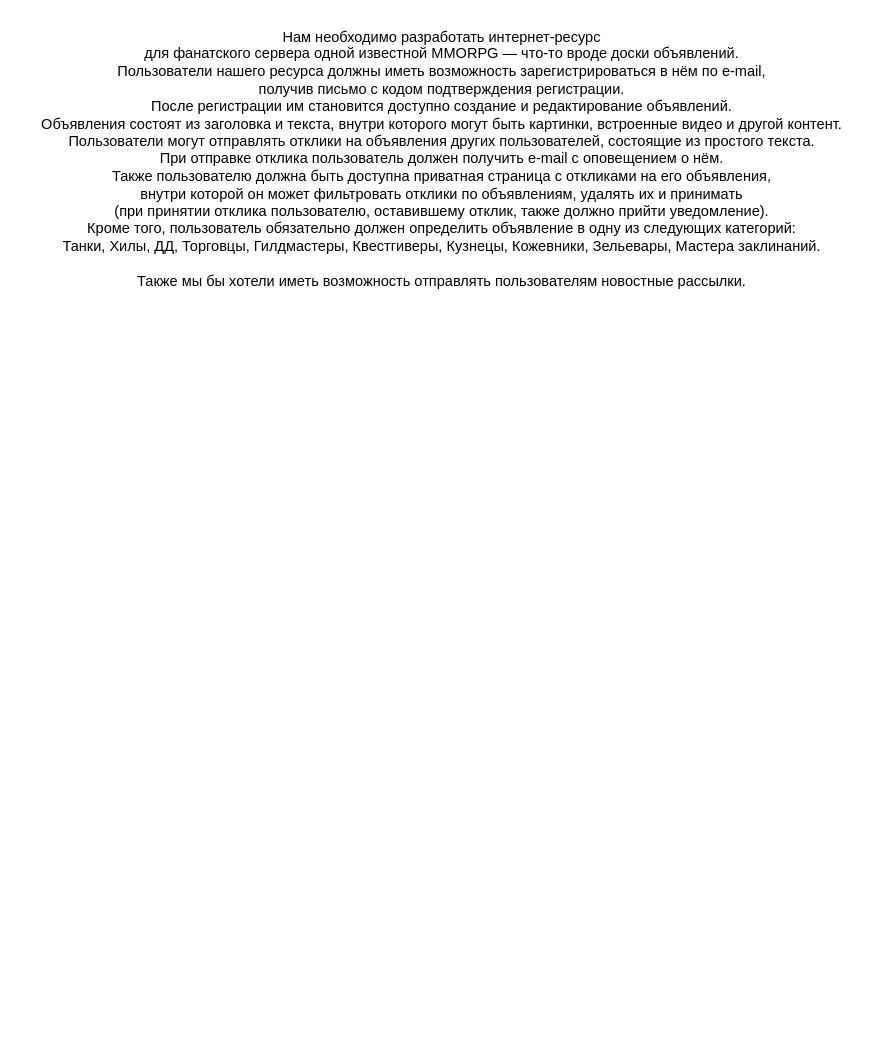
Earlier version of the draw.io diagram D16/D16.drawio (TanechkinTank/Skillfactory). Source tidied: cells renumbered, new cells numbered last; positions are measured from the earlier drawing's top-left corner, leaving out a move shared by most shapes. Both pictures are drawn from the tidied source at 104%, with x=0, y=0 at pixel (30, 18).
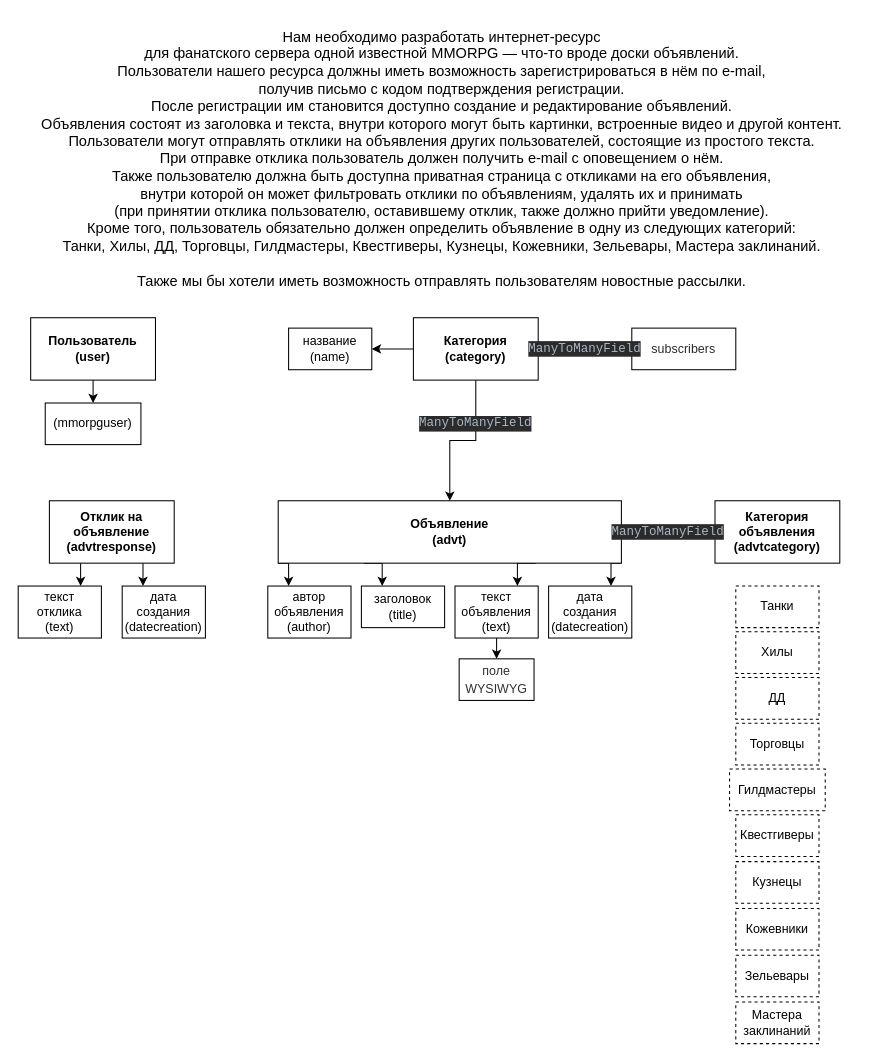
The same diagram, later.

What changed in the source:
```diff
@@
+    <mxCell id="3" style="edgeStyle=orthogonalEdgeStyle;rounded=0;jettySize=auto;html=1;exitX=0.5;exitY=1;exitDx=0;exitDy=0;entryX=0.5;entryY=0;entryDx=0;entryDy=0;" parent="1" edge="1" source="4" target="33">
+      <mxGeometry relative="1" as="geometry" />
+    </mxCell>
+    <mxCell id="4" value="&lt;b&gt;Пользователь&lt;br&gt;(user)&lt;br&gt;&lt;/b&gt;" style="rounded=0;whiteSpace=wrap;html=1;" parent="1" vertex="1">
+      <mxGeometry y="288" width="120" height="60" as="geometry" />
+    </mxCell>
+    <mxCell id="5" style="edgeStyle=orthogonalEdgeStyle;rounded=0;jettySize=auto;html=1;exitX=0;exitY=1;exitDx=0;exitDy=0;entryX=0.25;entryY=0;entryDx=0;entryDy=0;" parent="1" edge="1" source="9" target="26">
+      <mxGeometry relative="1" as="geometry" />
+    </mxCell>
+    <mxCell id="6" style="edgeStyle=orthogonalEdgeStyle;rounded=0;jettySize=auto;html=1;exitX=0.25;exitY=1;exitDx=0;exitDy=0;entryX=0.25;entryY=0;entryDx=0;entryDy=0;" parent="1" edge="1" source="9" target="22">
+      <mxGeometry relative="1" as="geometry" />
+    </mxCell>
+    <mxCell id="7" style="edgeStyle=orthogonalEdgeStyle;rounded=0;jettySize=auto;html=1;exitX=0.75;exitY=1;exitDx=0;exitDy=0;entryX=0.75;entryY=0;entryDx=0;entryDy=0;" parent="1" edge="1" source="9" target="24">
+      <mxGeometry relative="1" as="geometry" />
+    </mxCell>
+    <mxCell id="8" style="edgeStyle=orthogonalEdgeStyle;rounded=0;jettySize=auto;html=1;exitX=1;exitY=1;exitDx=0;exitDy=0;entryX=0.75;entryY=0;entryDx=0;entryDy=0;" parent="1" edge="1" source="9" target="30">
+      <mxGeometry relative="1" as="geometry" />
+    </mxCell>
+    <mxCell id="9" value="&lt;b&gt;Объявление&lt;br&gt;(advt&lt;/b&gt;&lt;b style=&quot;background-color: initial;&quot;&gt;)&lt;/b&gt;" style="rounded=0;whiteSpace=wrap;html=1;" parent="1" vertex="1">
+      <mxGeometry x="238" y="464" width="330" height="60" as="geometry" />
+    </mxCell>
+    <mxCell id="10" value="&lt;span style=&quot;line-height: 1.4em; color: rgb(49, 49, 49); text-align: left; background-color: rgb(255, 255, 255);&quot;&gt;поле &lt;br&gt;WYSIWYG&lt;/span&gt;" style="rounded=0;whiteSpace=wrap;html=1;" parent="1" vertex="1">
+      <mxGeometry x="412" y="616" width="72" height="40" as="geometry" />
+    </mxCell>
+    <mxCell id="11" value="&lt;b&gt;Категория&lt;br&gt;объявления&lt;br&gt;&lt;/b&gt;&lt;b style=&quot;border-color: var(--border-color);&quot;&gt;(advtcategory&lt;b style=&quot;background-color: initial; border-color: var(--border-color);&quot;&gt;)&lt;/b&gt;&lt;br&gt;&lt;/b&gt;" style="rounded=0;whiteSpace=wrap;html=1;" parent="1" vertex="1">
+      <mxGeometry x="658" y="464" width="120" height="60" as="geometry" />
+    </mxCell>
+    <mxCell id="12" value="Танки" style="rounded=0;whiteSpace=wrap;html=1;dashed=1;" parent="1" vertex="1">
+      <mxGeometry x="678" y="546" width="80" height="40" as="geometry" />
+    </mxCell>
+    <mxCell id="13" value="Хилы" style="rounded=0;whiteSpace=wrap;html=1;dashed=1;" parent="1" vertex="1">
+      <mxGeometry x="678" y="590" width="80" height="40" as="geometry" />
+    </mxCell>
+    <mxCell id="14" value="ДД" style="rounded=0;whiteSpace=wrap;html=1;dashed=1;" parent="1" vertex="1">
+      <mxGeometry x="678" y="634" width="80" height="40" as="geometry" />
+    </mxCell>
+    <mxCell id="15" value="Торговцы" style="rounded=0;whiteSpace=wrap;html=1;dashed=1;" parent="1" vertex="1">
+      <mxGeometry x="678" y="678" width="80" height="40" as="geometry" />
+    </mxCell>
+    <mxCell id="16" value="Гилдмастеры" style="rounded=0;whiteSpace=wrap;html=1;dashed=1;" parent="1" vertex="1">
+      <mxGeometry x="672" y="722" width="92" height="40" as="geometry" />
+    </mxCell>
+    <mxCell id="17" value="Квестгиверы" style="rounded=0;whiteSpace=wrap;html=1;dashed=1;" parent="1" vertex="1">
+      <mxGeometry x="678" y="766" width="80" height="40" as="geometry" />
+    </mxCell>
+    <mxCell id="18" value="Кузнецы" style="rounded=0;whiteSpace=wrap;html=1;dashed=1;" parent="1" vertex="1">
+      <mxGeometry x="678" y="811" width="80" height="40" as="geometry" />
+    </mxCell>
+    <mxCell id="19" value="Кожевники" style="rounded=0;whiteSpace=wrap;html=1;dashed=1;" parent="1" vertex="1">
+      <mxGeometry x="678" y="856" width="80" height="40" as="geometry" />
+    </mxCell>
+    <mxCell id="20" value="Зельевары" style="rounded=0;whiteSpace=wrap;html=1;dashed=1;" parent="1" vertex="1">
+      <mxGeometry x="678" y="901" width="80" height="40" as="geometry" />
+    </mxCell>
+    <mxCell id="21" value="Мастера заклинаний" style="rounded=0;whiteSpace=wrap;html=1;dashed=1;" parent="1" vertex="1">
+      <mxGeometry x="678" y="946" width="80" height="40" as="geometry" />
+    </mxCell>
+    <mxCell id="22" value="заголовок&lt;br&gt;(title)" style="rounded=0;whiteSpace=wrap;html=1;" parent="1" vertex="1">
+      <mxGeometry x="318" y="546" width="80" height="40" as="geometry" />
+    </mxCell>
+    <mxCell id="23" style="edgeStyle=orthogonalEdgeStyle;rounded=0;jettySize=auto;html=1;exitX=0.5;exitY=1;exitDx=0;exitDy=0;entryX=0.5;entryY=0;entryDx=0;entryDy=0;" parent="1" edge="1" source="24" target="10">
+      <mxGeometry relative="1" as="geometry" />
+    </mxCell>
+    <mxCell id="24" value="текст объявления&lt;br&gt;(text)" style="rounded=0;whiteSpace=wrap;html=1;" parent="1" vertex="1">
+      <mxGeometry x="408" y="546" width="80" height="50" as="geometry" />
+    </mxCell>
+    <mxCell id="25" value="название&lt;br&gt;(name)" style="rounded=0;whiteSpace=wrap;html=1;" parent="1" vertex="1">
+      <mxGeometry x="248" y="298" width="80" height="40" as="geometry" />
+    </mxCell>
+    <mxCell id="26" value="автор объявления&lt;br&gt;(author&lt;span style=&quot;background-color: initial;&quot;&gt;)&lt;/span&gt;" style="rounded=0;whiteSpace=wrap;html=1;" parent="1" vertex="1">
+      <mxGeometry x="228" y="546" width="80" height="50" as="geometry" />
+    </mxCell>
+    <mxCell id="27" style="edgeStyle=orthogonalEdgeStyle;rounded=0;jettySize=auto;html=1;exitX=0.25;exitY=1;exitDx=0;exitDy=0;entryX=0.75;entryY=0;entryDx=0;entryDy=0;" parent="1" edge="1" source="29" target="32">
+      <mxGeometry relative="1" as="geometry" />
+    </mxCell>
+    <mxCell id="28" style="edgeStyle=orthogonalEdgeStyle;rounded=0;jettySize=auto;html=1;exitX=0.75;exitY=1;exitDx=0;exitDy=0;entryX=0.25;entryY=0;entryDx=0;entryDy=0;" parent="1" edge="1" source="29" target="31">
+      <mxGeometry relative="1" as="geometry" />
+    </mxCell>
+    <mxCell id="29" value="&lt;b&gt;Отклик на объявление&lt;br&gt;(&lt;/b&gt;&lt;b style=&quot;border-color: var(--border-color);&quot;&gt;advtresponse&lt;/b&gt;&lt;b style=&quot;background-color: initial;&quot;&gt;)&lt;/b&gt;" style="rounded=0;whiteSpace=wrap;html=1;" parent="1" vertex="1">
+      <mxGeometry x="18" y="464" width="120" height="60" as="geometry" />
+    </mxCell>
+    <mxCell id="30" value="дата создания&lt;br&gt;(dateсreation&lt;span style=&quot;background-color: initial;&quot;&gt;)&lt;/span&gt;" style="rounded=0;whiteSpace=wrap;html=1;" parent="1" vertex="1">
+      <mxGeometry x="498" y="546" width="80" height="50" as="geometry" />
+    </mxCell>
+    <mxCell id="31" value="дата создания&lt;br&gt;(dateсreation&lt;span style=&quot;background-color: initial;&quot;&gt;)&lt;/span&gt;" style="rounded=0;whiteSpace=wrap;html=1;" parent="1" vertex="1">
+      <mxGeometry x="88" y="546" width="80" height="50" as="geometry" />
+    </mxCell>
+    <mxCell id="32" value="текст &lt;br&gt;отклика&lt;br&gt;(text)" style="rounded=0;whiteSpace=wrap;html=1;" parent="1" vertex="1">
+      <mxGeometry x="-12" y="546" width="80" height="50" as="geometry" />
+    </mxCell>
+    <mxCell id="33" value="(mmorpguser&lt;span style=&quot;background-color: initial;&quot;&gt;)&lt;/span&gt;" style="rounded=0;whiteSpace=wrap;html=1;" parent="1" vertex="1">
+      <mxGeometry x="14" y="370" width="92" height="40" as="geometry" />
+    </mxCell>
+    <mxCell id="34" value="&lt;pre style=&quot;&quot;&gt;&lt;font face=&quot;Helvetica&quot; style=&quot;background-color: rgb(255, 255, 255);&quot; color=&quot;#2b2b2b&quot;&gt;subscribers&lt;/font&gt;&lt;/pre&gt;" style="rounded=0;whiteSpace=wrap;html=1;fillColor=#FFFFFF;" parent="1" vertex="1">
+      <mxGeometry x="578" y="298" width="100" height="40" as="geometry" />
+    </mxCell>
+    <mxCell id="35" style="edgeStyle=orthogonalEdgeStyle;rounded=0;jettySize=auto;html=1;exitX=0;exitY=0.5;exitDx=0;exitDy=0;entryX=1;entryY=0.5;entryDx=0;entryDy=0;" parent="1" edge="1" source="37" target="25">
+      <mxGeometry relative="1" as="geometry" />
+    </mxCell>
+    <mxCell id="36" style="edgeStyle=orthogonalEdgeStyle;rounded=0;jettySize=auto;html=1;exitX=0.5;exitY=1;exitDx=0;exitDy=0;entryX=0.5;entryY=0;entryDx=0;entryDy=0;" parent="1" edge="1" source="37" target="9">
+      <mxGeometry relative="1" as="geometry" />
+    </mxCell>
+    <mxCell id="37" value="&lt;b&gt;Категория&lt;br&gt;&lt;/b&gt;&lt;b style=&quot;border-color: var(--border-color);&quot;&gt;(category&lt;b style=&quot;background-color: initial; border-color: var(--border-color);&quot;&gt;)&lt;/b&gt;&lt;br&gt;&lt;/b&gt;" style="rounded=0;whiteSpace=wrap;html=1;" parent="1" vertex="1">
+      <mxGeometry x="368" y="288" width="120" height="60" as="geometry" />
+    </mxCell>
+    <mxCell id="38" value="&lt;pre style=&quot;background-color:#2b2b2b;color:#a9b7c6;font-family:'JetBrains Mono',monospace;font-size:9,8pt;&quot;&gt;ManyToManyField&lt;/pre&gt;" style="text;html=1;strokeColor=none;fillColor=none;align=center;verticalAlign=middle;whiteSpace=wrap;rounded=0;" parent="1" vertex="1">
+      <mxGeometry x="498" y="303" width="70" height="30" as="geometry" />
+    </mxCell>
+    <mxCell id="39" value="&lt;pre style=&quot;background-color:#2b2b2b;color:#a9b7c6;font-family:'JetBrains Mono',monospace;font-size:9,8pt;&quot;&gt;ManyToManyField&lt;/pre&gt;" style="text;html=1;strokeColor=none;fillColor=none;align=center;verticalAlign=middle;whiteSpace=wrap;rounded=0;" parent="1" vertex="1">
+      <mxGeometry x="393" y="375" width="70" height="30" as="geometry" />
+    </mxCell>
+    <mxCell id="40" value="&lt;pre style=&quot;background-color:#2b2b2b;color:#a9b7c6;font-family:'JetBrains Mono',monospace;font-size:9,8pt;&quot;&gt;ManyToManyField&lt;/pre&gt;" style="text;html=1;strokeColor=none;fillColor=none;align=center;verticalAlign=middle;whiteSpace=wrap;rounded=0;" parent="1" vertex="1">
+      <mxGeometry x="578" y="479" width="70" height="30" as="geometry" />
+    </mxCell>
```
